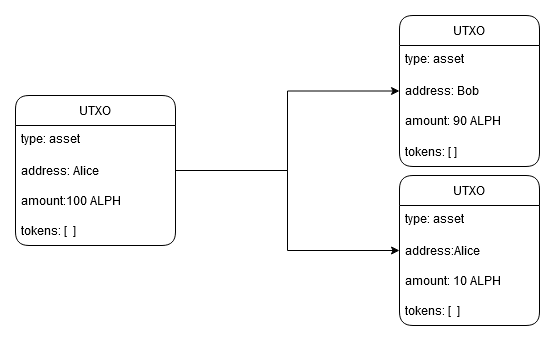
The draw.io diagram docs/assets/ALPH-transaction.png in alephium/voting-tutorial, before a commit. Source tidied: cells renumbered, new cells last; positions are measured from the earlier drawing's top-left corner, leaving out a move shared by most shapes.
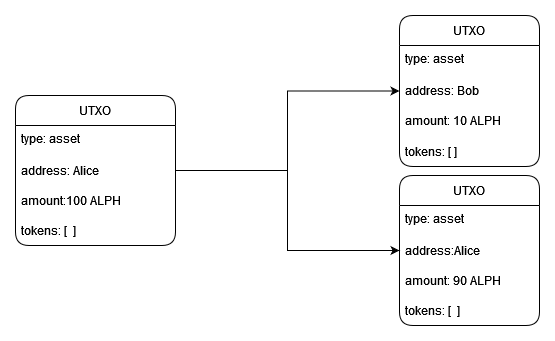
Above is the later version.

Commit message:
Fix ALPH-transfer example typo

The edit, as a diff of the source:
```diff
@@ -26,7 +26,7 @@
     <mxCell id="9" value="address: Bob" style="text;strokeColor=none;fillColor=none;align=left;verticalAlign=middle;spacingLeft=4;spacingRight=4;overflow=hidden;rounded=1;" parent="7" vertex="1">
       <mxGeometry y="60" width="140" height="30" as="geometry" />
     </mxCell>
-    <mxCell id="10" value="amount: 90 ALPH" style="text;strokeColor=none;fillColor=none;align=left;verticalAlign=middle;spacingLeft=4;spacingRight=4;overflow=hidden;rounded=1;" parent="7" vertex="1">
+    <mxCell id="10" value="amount: 10 ALPH" style="text;strokeColor=none;fillColor=none;align=left;verticalAlign=middle;spacingLeft=4;spacingRight=4;overflow=hidden;rounded=1;" parent="7" vertex="1">
       <mxGeometry y="90" width="140" height="30" as="geometry" />
     </mxCell>
     <mxCell id="11" value="tokens: [ ]" style="text;strokeColor=none;fillColor=none;align=left;verticalAlign=middle;spacingLeft=4;spacingRight=4;overflow=hidden;rounded=1;fontSize=12;" parent="7" vertex="1">
@@ -41,7 +41,7 @@
     <mxCell id="14" value="address:Alice   " style="text;strokeColor=none;fillColor=none;align=left;verticalAlign=middle;spacingLeft=4;spacingRight=4;overflow=hidden;points=[[0,0.5],[1,0.5]];portConstraint=eastwest;rounded=1;" parent="12" vertex="1">
       <mxGeometry y="60" width="140" height="30" as="geometry" />
     </mxCell>
-    <mxCell id="15" value="amount: 10 ALPH" style="text;strokeColor=none;fillColor=none;align=left;verticalAlign=middle;spacingLeft=4;spacingRight=4;overflow=hidden;rounded=1;" parent="12" vertex="1">
+    <mxCell id="15" value="amount: 90 ALPH" style="text;strokeColor=none;fillColor=none;align=left;verticalAlign=middle;spacingLeft=4;spacingRight=4;overflow=hidden;rounded=1;" parent="12" vertex="1">
       <mxGeometry y="90" width="140" height="30" as="geometry" />
     </mxCell>
     <mxCell id="16" value="tokens: [  ]" style="text;strokeColor=none;fillColor=none;align=left;verticalAlign=middle;spacingLeft=4;spacingRight=4;overflow=hidden;rounded=1;fontSize=12;" parent="12" vertex="1">
```
